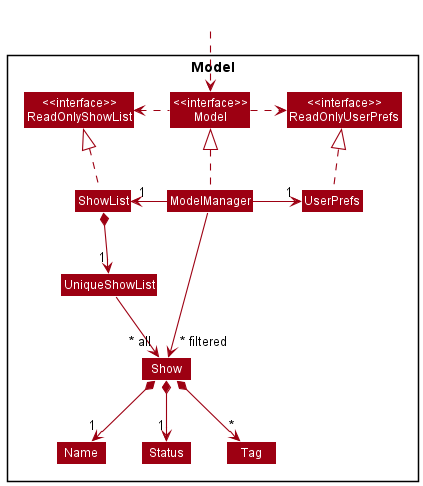
Before: docs/images/ModelClassDiagram.png, a diagram exported from PlantUML (nus-cs2103-AY2122S2/tp).
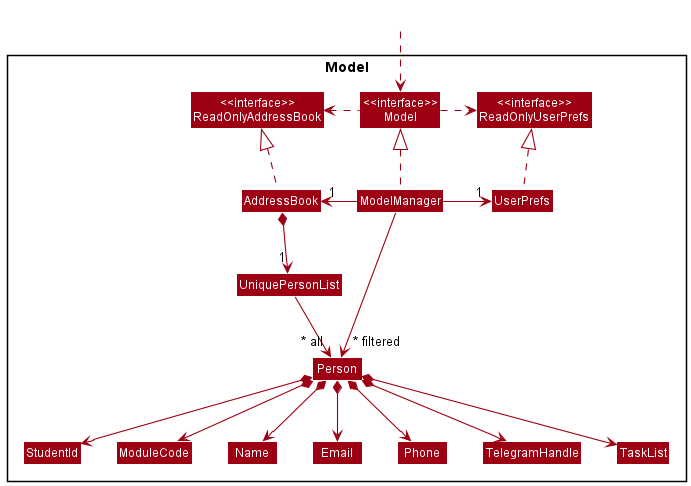
Later version of the same file.

Change to the diagram source:
```diff
@@ -5,41 +5,50 @@
 skinparam classBackgroundColor MODEL_COLOR
 
 Package Model <<Rectangle>>{
-Class "<<interface>>\nReadOnlyShowList" as ReadOnlyShowList
+Class "<<interface>>\nReadOnlyAddressBook" as ReadOnlyAddressBook
 Class "<<interface>>\nReadOnlyUserPrefs" as ReadOnlyUserPrefs
 Class "<<interface>>\nModel" as Model
-Class ShowList
+Class AddressBook
 Class ModelManager
 Class UserPrefs
 
-Class UniqueShowList
-Class Show
-Class Status
+Class UniquePersonList
+Class Person
+Class Email
 Class Name
-Class Tag
+Class Phone
+Class ModuleCode
+Class TelegramHandle
+Class StudentId
+Class TaskList
 
 }
 
 Class HiddenOutside #FFFFFF
 HiddenOutside ..> Model
 
-ShowList .up.|> ReadOnlyShowList
+AddressBook .up.|> ReadOnlyAddressBook
 
 ModelManager .up.|> Model
 Model .right.> ReadOnlyUserPrefs
-Model .left.> ReadOnlyShowList
-ModelManager -left-> "1" ShowList
+Model .left.> ReadOnlyAddressBook
+ModelManager -left-> "1" AddressBook
 ModelManager -right-> "1" UserPrefs
 UserPrefs .up.|> ReadOnlyUserPrefs
 
-ShowList *--> "1" UniqueShowList
-UniqueShowList --> "~* all" Show
-Show *--> "1" Name
-Show *--> "1" Status
-Show *--> "*" Tag
+AddressBook *--> "1" UniquePersonList
+UniquePersonList --> "~* all" Person
+Person *--> Name
+Person *--> Phone
+Person *--> Email
+Person *--> StudentId
+Person *--> TelegramHandle
+Person *--> ModuleCode
+Person *--> TaskList
 
-Name -[hidden]right-> Status
-Status -[hidden]right->  Tag
 
-ModelManager -->"~* filtered" Show
+StudentId -[hidden]right-> ModuleCode
+ModuleCode -[hidden]right-> Name
+
+ModelManager -->"~* filtered" Person
 @enduml
```
